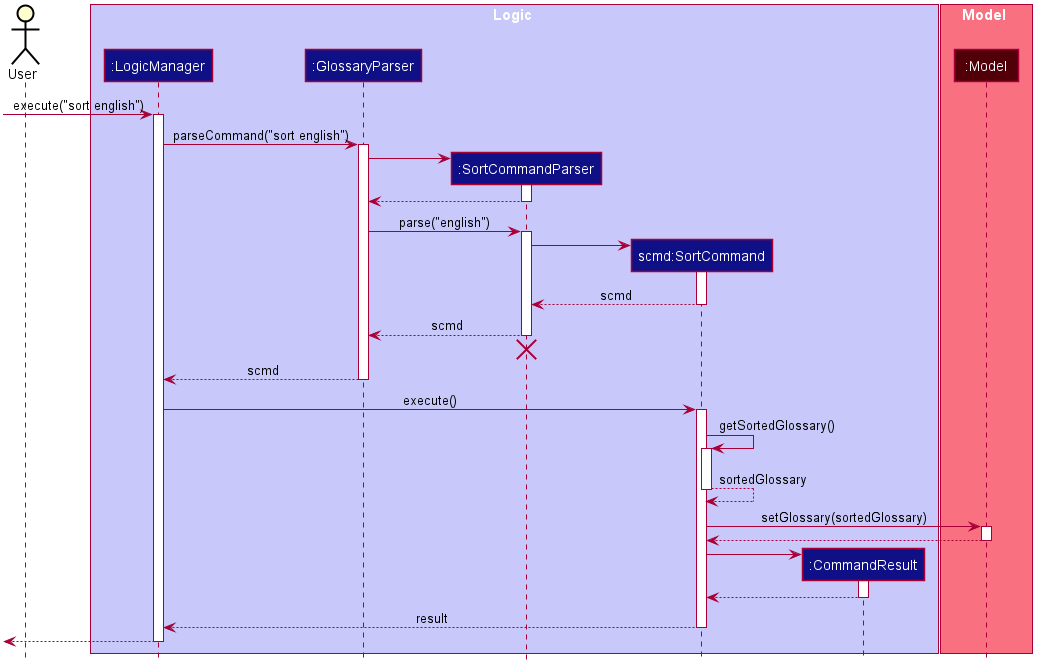
Above: docs/images/SortCommandSequenceDiagram.png in zhizhizhizhizhi/tp (PlantUML), before the change.
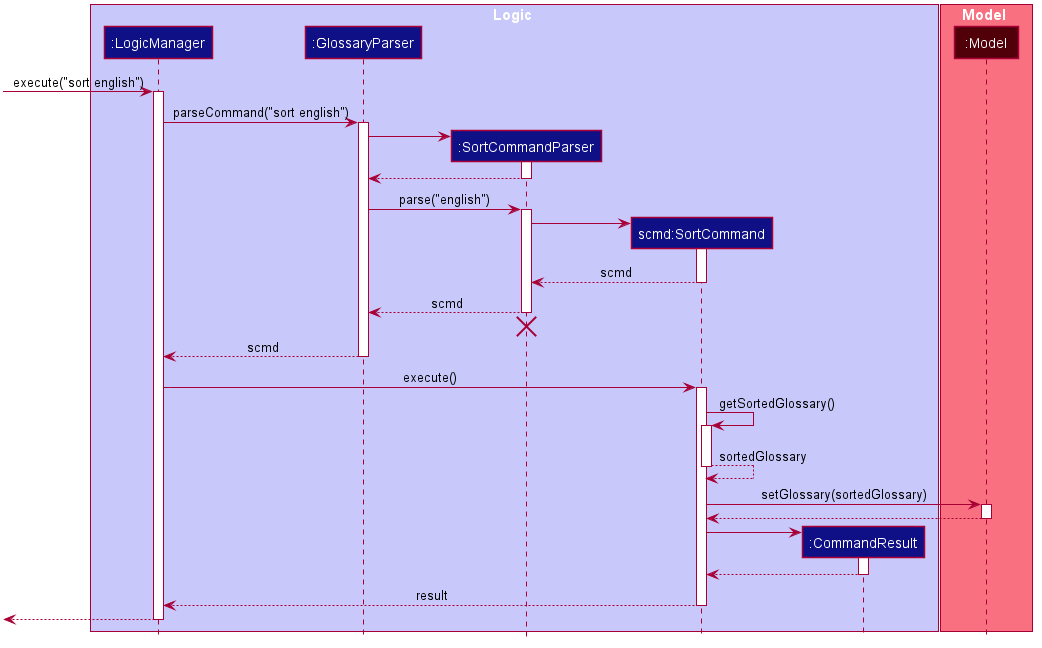
Above is the later version.

The edit, as a diff of the source:
```diff
@@ -47,8 +47,6 @@
 hide footbox
 hide members
 hide circle
-
-actor User
 
 box Logic #C8C8FA
 participant ":LogicManager" as LogicManager #101086
```
